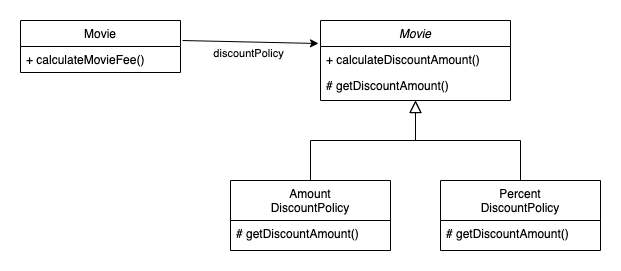
The draw.io diagram Untitled Diagram.png in goldcrestwilma/object-study, before a commit. Source tidied: cells renumbered, new cells last; positions are measured from the earlier drawing's top-left corner, leaving out a move shared by most shapes. Source of this version:
```xml
<mxGraphModel>
  <root>
    <mxCell id="0" />
    <mxCell id="1" parent="0" />
    <mxCell id="2" value="Movie" style="swimlane;fontStyle=2;align=center;verticalAlign=top;horizontal=1;startSize=26;rounded=0;shadow=0;strokeWidth=1;" parent="1" vertex="1">
      <mxGeometry x="300" width="190" height="80" as="geometry" />
    </mxCell>
    <mxCell id="3" value="+ calculateDiscountAmount()" style="text;align=left;verticalAlign=top;spacingLeft=4;spacingRight=4;overflow=hidden;" parent="2" vertex="1">
      <mxGeometry y="26" width="190" height="26" as="geometry" />
    </mxCell>
    <mxCell id="4" value="# getDiscountAmount()" style="text;align=left;verticalAlign=top;spacingLeft=4;spacingRight=4;overflow=hidden;rounded=0;shadow=0;html=0;" parent="2" vertex="1">
      <mxGeometry y="52" width="190" height="26" as="geometry" />
    </mxCell>
    <mxCell id="5" value="Amount&#10;DiscountPolicy" style="swimlane;fontStyle=0;align=center;verticalAlign=top;horizontal=1;startSize=40;rounded=0;shadow=0;strokeWidth=1;" parent="1" vertex="1">
      <mxGeometry x="210" y="160" width="160" height="70" as="geometry" />
    </mxCell>
    <mxCell id="6" value="# getDiscountAmount()" style="text;align=left;verticalAlign=top;spacingLeft=4;spacingRight=4;overflow=hidden;" parent="5" vertex="1">
      <mxGeometry y="40" width="160" height="26" as="geometry" />
    </mxCell>
    <mxCell id="7" style="endArrow=block;endSize=10;endFill=0;shadow=0;strokeWidth=1;rounded=0;edgeStyle=elbowEdgeStyle;elbow=vertical;" parent="1" edge="1" source="5" target="2">
      <mxGeometry relative="1" as="geometry" />
    </mxCell>
    <mxCell id="8" value="Percent&#10;DiscountPolicy" style="swimlane;fontStyle=0;align=center;verticalAlign=top;horizontal=1;startSize=40;rounded=0;shadow=0;strokeWidth=1;" parent="1" vertex="1">
      <mxGeometry x="420" y="160" width="160" height="70" as="geometry" />
    </mxCell>
    <mxCell id="9" value="# getDiscountAmount()" style="text;align=left;verticalAlign=top;spacingLeft=4;spacingRight=4;overflow=hidden;" parent="8" vertex="1">
      <mxGeometry y="40" width="160" height="26" as="geometry" />
    </mxCell>
    <mxCell id="10" style="endArrow=block;endSize=10;endFill=0;shadow=0;strokeWidth=1;rounded=0;edgeStyle=elbowEdgeStyle;elbow=vertical;" parent="1" edge="1" source="8" target="2">
      <mxGeometry relative="1" as="geometry" />
    </mxCell>
    <mxCell id="11" value="Movie" style="swimlane;fontStyle=0;align=center;verticalAlign=top;horizontal=1;startSize=26;rounded=0;shadow=0;strokeWidth=1;" parent="1" vertex="1">
      <mxGeometry width="160" height="52" as="geometry" />
    </mxCell>
    <mxCell id="12" value="+ calculateMovieFee()" style="text;align=left;verticalAlign=top;spacingLeft=4;spacingRight=4;overflow=hidden;" parent="11" vertex="1">
      <mxGeometry y="26" width="160" height="26" as="geometry" />
    </mxCell>
    <mxCell id="13" value="discountPolicy" style="endArrow=classic;html=1;exitX=1.013;exitY=0.385;exitDx=0;exitDy=0;exitPerimeter=0;" parent="1" edge="1" source="11">
      <mxGeometry x="-0.02" y="-12" relative="1" as="geometry">
        <mxPoint x="298" y="23" as="targetPoint" />
      </mxGeometry>
    </mxCell>
  </root>
</mxGraphModel>
```
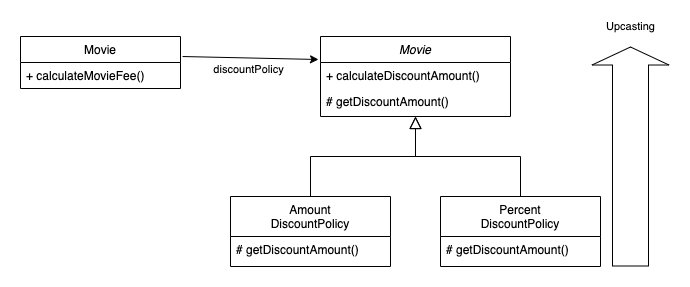
After the commit.

Diff of the diagram source:
```diff
@@ -40,5 +40,12 @@
         <mxPoint x="298" y="23" as="targetPoint" />
       </mxGeometry>
     </mxCell>
+    <mxCell id="14" value="Upcasting" style="shape=flexArrow;endArrow=classic;html=1;width=36;endSize=5.67;endWidth=40;" parent="1" edge="1">
+      <mxGeometry x="1" y="20" relative="1" as="geometry">
+        <mxPoint x="610" y="230" as="sourcePoint" />
+        <mxPoint x="610" y="10" as="targetPoint" />
+        <mxPoint x="20" y="-20" as="offset" />
+      </mxGeometry>
+    </mxCell>
   </root>
 </mxGraphModel>
```
